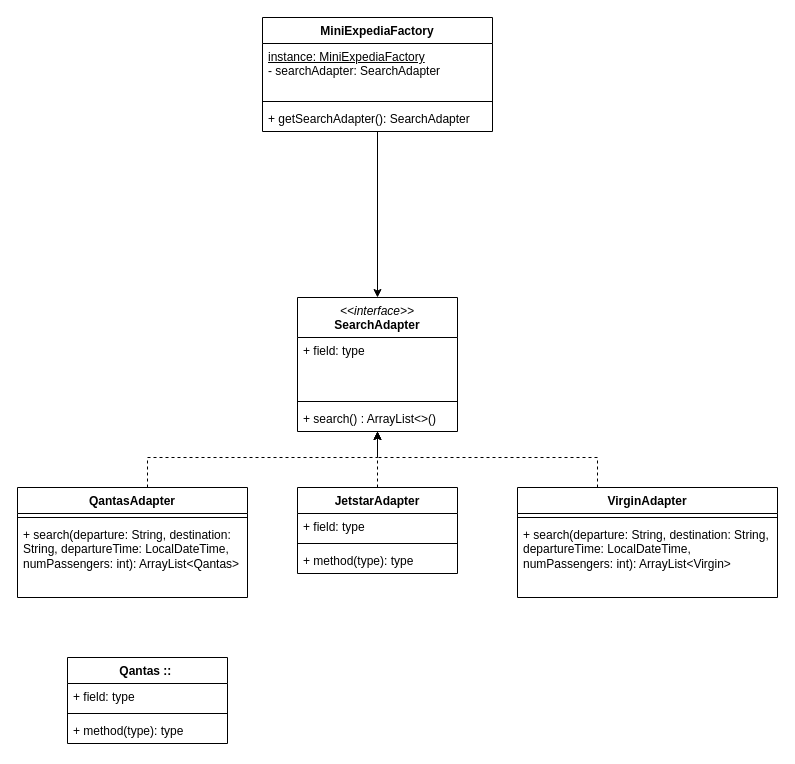
Above: page "Page-1" (1 of 2) of workshop8-week9.drawio in antonykimuom/SWEN30006-2025-SM1-workshop1-tuew05-14-00-team-12 (draw.io), before the change. Source tidied: cells renumbered, new cells numbered last; positions are measured from the earlier drawing's top-left corner, leaving out a move shared by most shapes. Both pictures are drawn from the tidied source at 100%, with x=0, y=0 at pixel (17, 17).
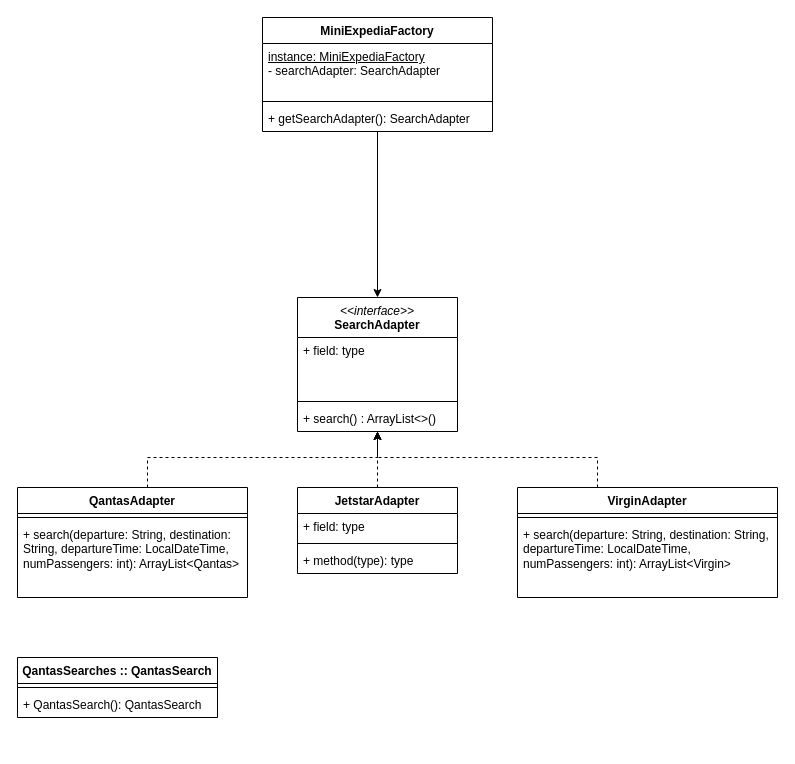
After the change.

What changed in the source:
```diff
@@
-    <mxCell id="24" value="Qantas ::&amp;nbsp;" style="swimlane;fontStyle=1;align=center;verticalAlign=top;horizontal=1;startSize=26;whiteSpace=wrap;html=1;" parent="1" vertex="1">
-      <mxGeometry x="50" y="640" width="160" height="86" as="geometry" />
+    <mxCell id="24" value="QantasSearches :: QantasSearch" style="swimlane;fontStyle=1;align=center;verticalAlign=top;horizontal=1;startSize=26;whiteSpace=wrap;html=1;" parent="1" vertex="1">
+      <mxGeometry y="640" width="200" height="60" as="geometry" />
     </mxCell>
-    <mxCell id="25" value="+ field: type" style="text;strokeColor=none;fillColor=none;align=left;verticalAlign=top;spacingLeft=4;spacingRight=4;overflow=hidden;whiteSpace=wrap;html=1;" parent="24" vertex="1">
-      <mxGeometry y="26" width="160" height="26" as="geometry" />
-    </mxCell>
     <mxCell id="26" style="line;strokeWidth=1;fillColor=none;align=left;verticalAlign=middle;spacingTop=-1;spacingLeft=3;spacingRight=3;labelPosition=right;strokeColor=inherit;" parent="24" vertex="1">
-      <mxGeometry y="52" width="160" height="8" as="geometry" />
+      <mxGeometry y="26" width="200" height="8" as="geometry" />
     </mxCell>
-    <mxCell id="27" value="+ method(type): type" style="text;strokeColor=none;fillColor=none;align=left;verticalAlign=top;spacingLeft=4;spacingRight=4;overflow=hidden;whiteSpace=wrap;html=1;" parent="24" vertex="1">
-      <mxGeometry y="60" width="160" height="26" as="geometry" />
+    <mxCell id="27" value="+ QantasSearch(): QantasSearch" style="text;strokeColor=none;fillColor=none;align=left;verticalAlign=top;spacingLeft=4;spacingRight=4;overflow=hidden;whiteSpace=wrap;html=1;" parent="24" vertex="1">
+      <mxGeometry y="34" width="200" height="26" as="geometry" />
     </mxCell>
```
